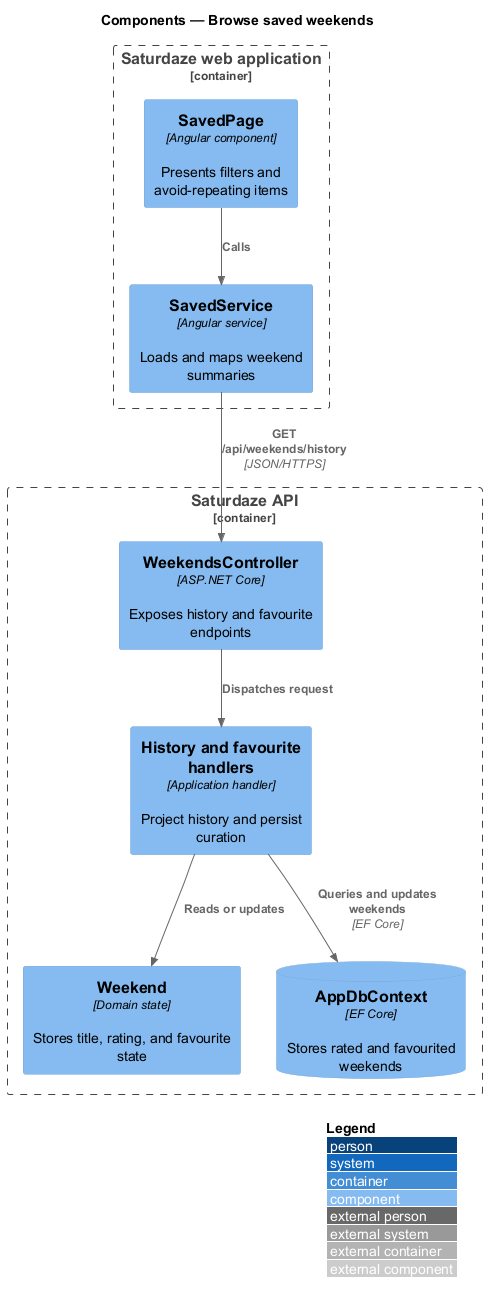
Before: docs/detailed-designs/weekend-planning/browse-saved-weekends/diagrams/c4-component.png, a diagram exported from PlantUML (QuinntyneBrown/saturdaze). Its diagram source:
```plantuml
@startuml
!include <C4/C4_Component>
LAYOUT_WITH_LEGEND()
title Components — Browse saved weekends

Container_Boundary(web, "Saturdaze web application") {
  Component(page, "SavedPage", "Angular component", "Presents filters and avoid-repeating items")
  Component(client, "SavedService", "Angular service", "Loads and maps weekend summaries")
}
Container_Boundary(api, "Saturdaze API") {
  Component(controller, "WeekendsController", "ASP.NET Core", "Exposes history and favourite endpoints")
  Component(handler, "History and favourite handlers", "Application handler", "Project history and persist curation")
  Component(entity, "Weekend", "Domain state", "Stores title, rating, and favourite state")
  ComponentDb(db, "AppDbContext", "EF Core", "Stores rated and favourited weekends")
}
Rel(page, client, "Calls")
Rel(client, controller, "GET /api/weekends/history", "JSON/HTTPS")
Rel(controller, handler, "Dispatches request")
Rel(handler, entity, "Reads or updates")
Rel(handler, db, "Queries and updates weekends", "EF Core")
@enduml
```
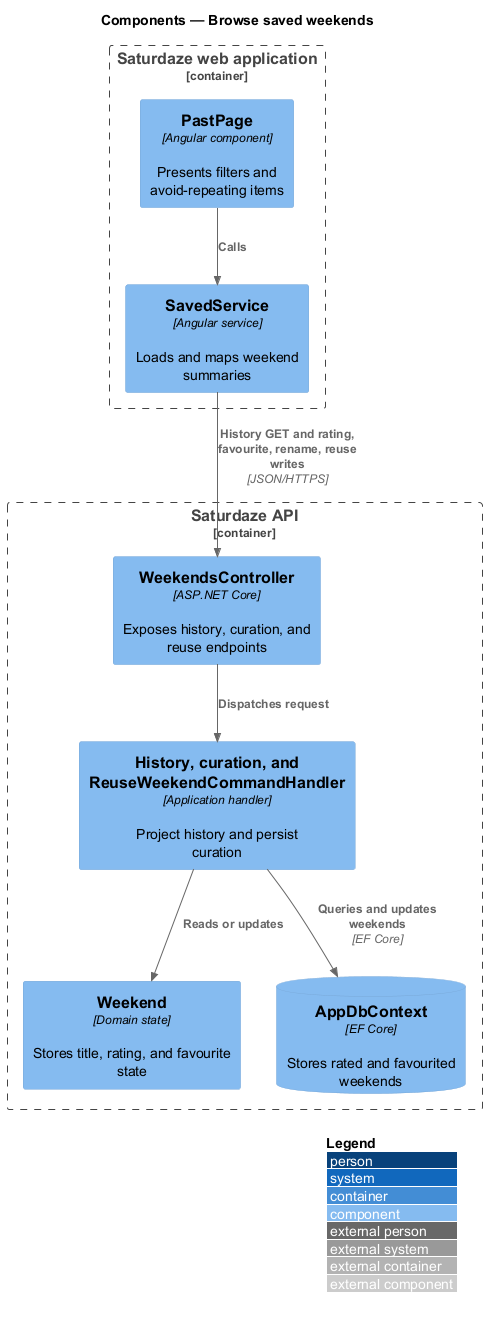
Above is the later version.

What changed in the source:
```diff
@@ -4,17 +4,17 @@
 title Components — Browse saved weekends
 
 Container_Boundary(web, "Saturdaze web application") {
-  Component(page, "SavedPage", "Angular component", "Presents filters and avoid-repeating items")
+  Component(page, "PastPage", "Angular component", "Presents filters and avoid-repeating items")
   Component(client, "SavedService", "Angular service", "Loads and maps weekend summaries")
 }
 Container_Boundary(api, "Saturdaze API") {
-  Component(controller, "WeekendsController", "ASP.NET Core", "Exposes history and favourite endpoints")
-  Component(handler, "History and favourite handlers", "Application handler", "Project history and persist curation")
+  Component(controller, "WeekendsController", "ASP.NET Core", "Exposes history, curation, and reuse endpoints")
+  Component(handler, "History, curation, and ReuseWeekendCommandHandler", "Application handler", "Project history and persist curation")
   Component(entity, "Weekend", "Domain state", "Stores title, rating, and favourite state")
   ComponentDb(db, "AppDbContext", "EF Core", "Stores rated and favourited weekends")
 }
 Rel(page, client, "Calls")
-Rel(client, controller, "GET /api/weekends/history", "JSON/HTTPS")
+Rel(client, controller, "History GET and rating, favourite, rename, reuse writes", "JSON/HTTPS")
 Rel(controller, handler, "Dispatches request")
 Rel(handler, entity, "Reads or updates")
 Rel(handler, db, "Queries and updates weekends", "EF Core")
```
